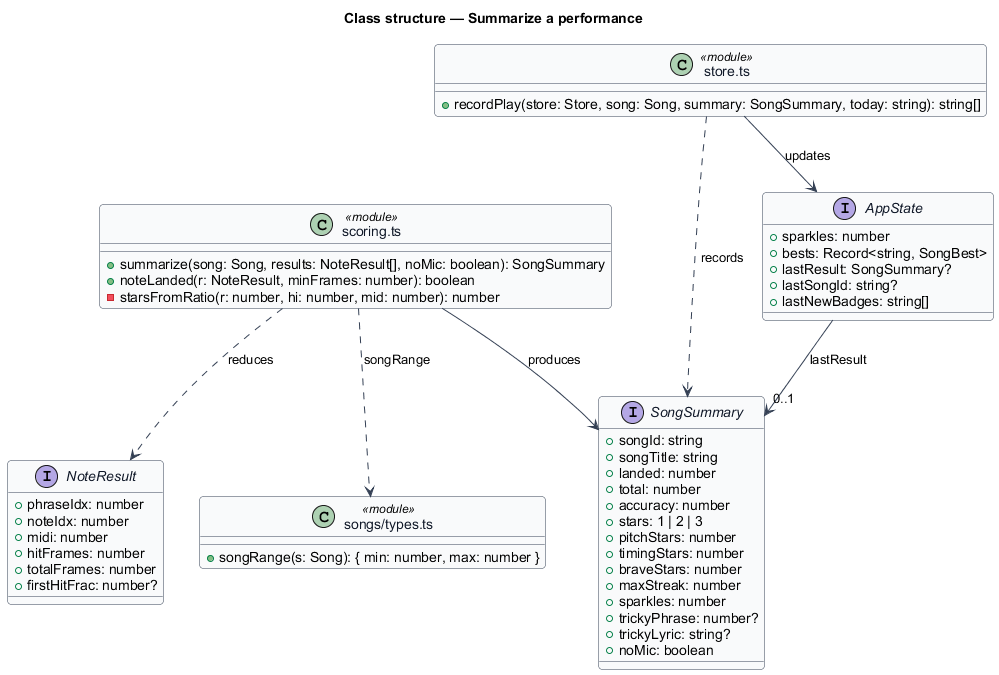
Earlier version of the PlantUML export docs/detailed-designs/scoring-and-results/summarize-performance/diagrams/class-structure.png (QuinntyneBrown/TwinkleTune).
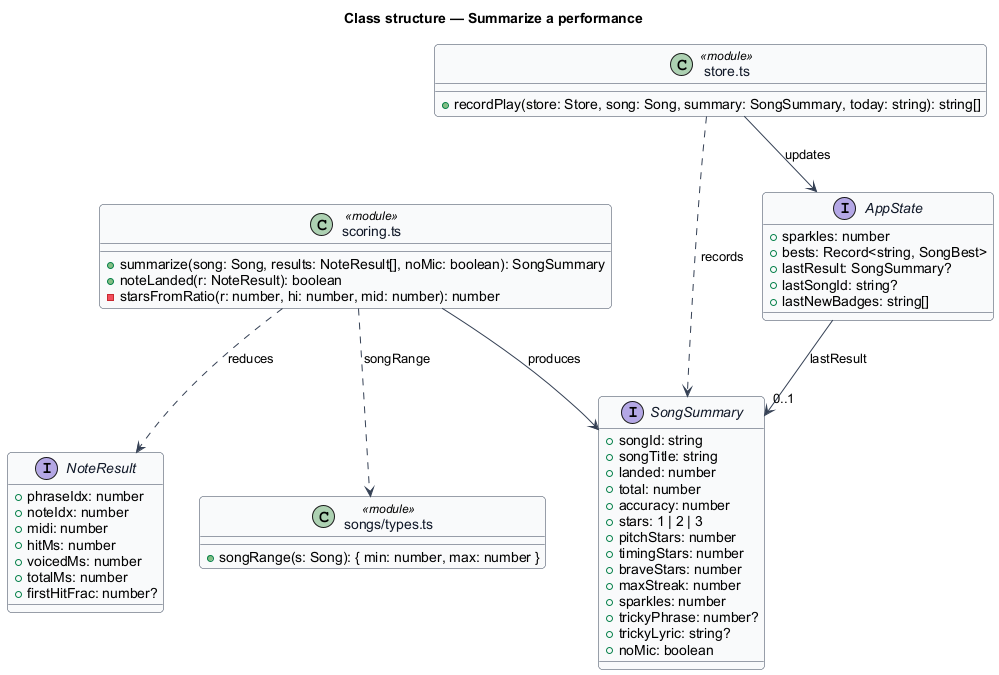
The same diagram one commit later.

Change to the diagram source:
```diff
@@ -15,8 +15,9 @@
   +phraseIdx: number
   +noteIdx: number
   +midi: number
-  +hitFrames: number
-  +totalFrames: number
+  +hitMs: number
+  +voicedMs: number
+  +totalMs: number
   +firstHitFrac: number?
 }
 
@@ -39,7 +40,7 @@
 
 class "scoring.ts" as ScoringMod <<module>> {
   +summarize(song: Song, results: NoteResult[], noMic: boolean): SongSummary
-  +noteLanded(r: NoteResult, minFrames: number): boolean
+  +noteLanded(r: NoteResult): boolean
   -starsFromRatio(r: number, hi: number, mid: number): number
 }
 
```
